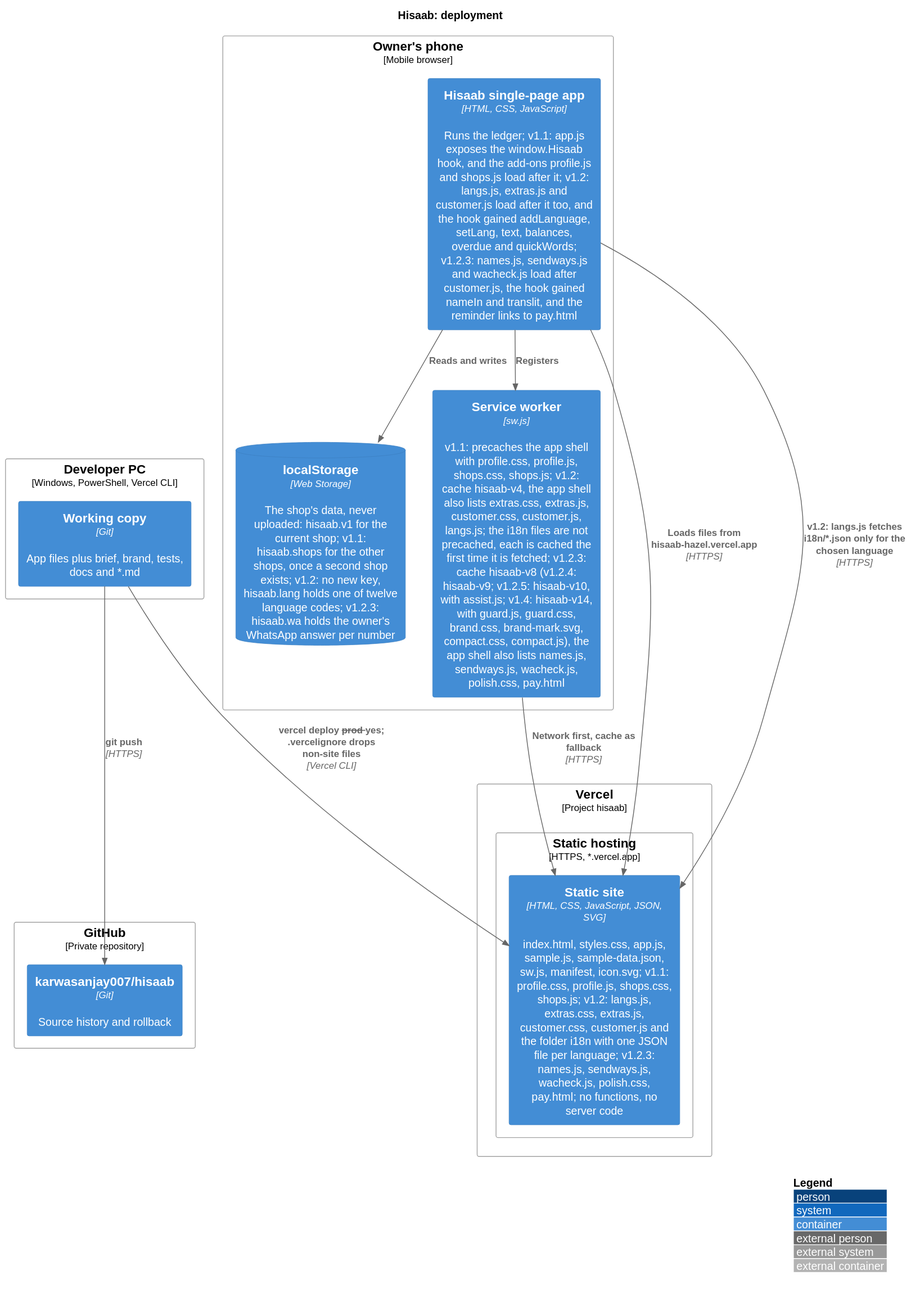
karwasanjay007/hisaab-docs keeps this PlantUML diagram as docs/diagrams/deployment.svg. Above is the earlier version.
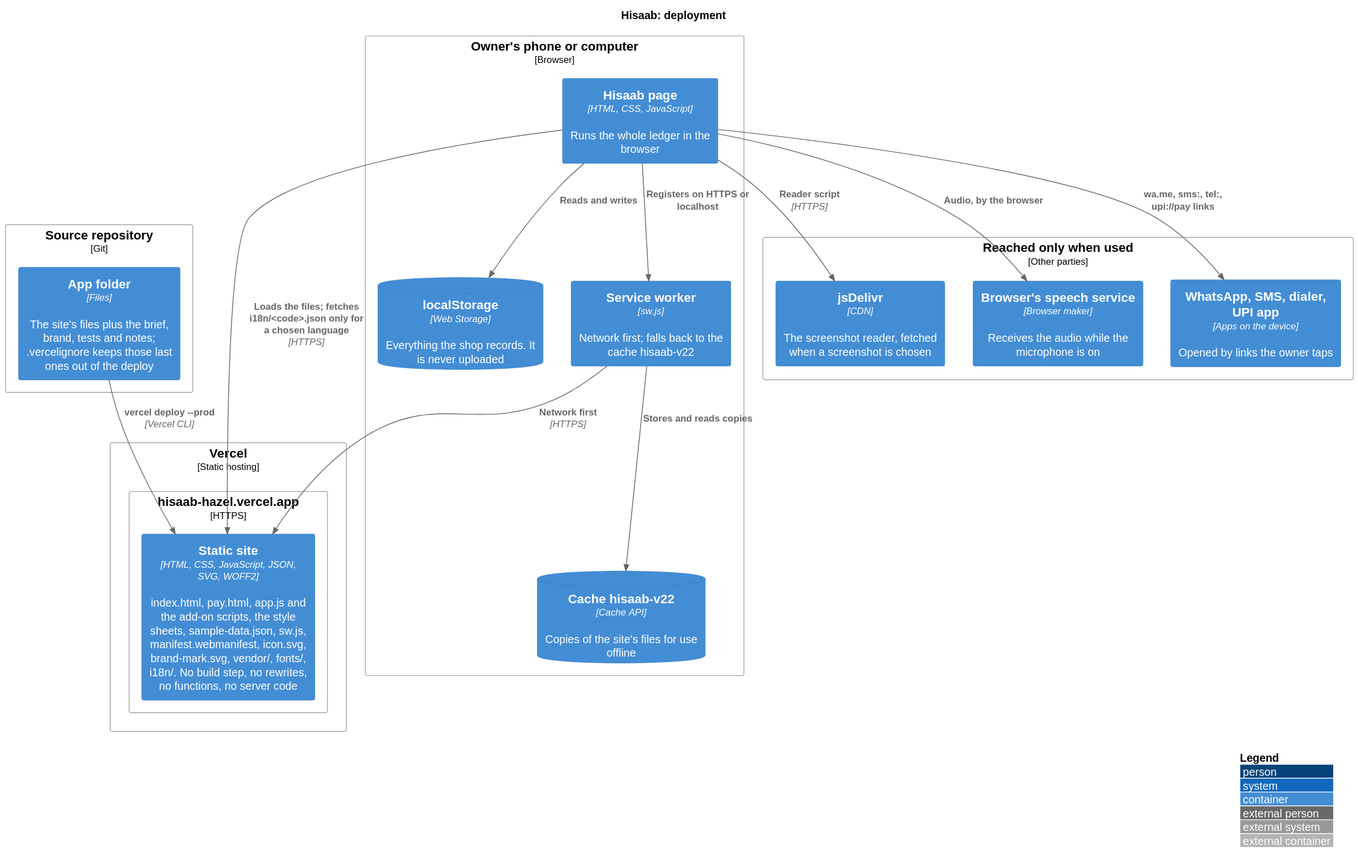
The same diagram one commit later.

What changed in the source:
```diff
@@ -2,30 +2,35 @@
 !include <C4/C4_Deployment>
 title Hisaab: deployment
 
-Deployment_Node(dev, "Developer PC", "Windows, PowerShell, Vercel CLI") {
-  Container(src, "Working copy", "Git", "App files plus brief, brand, tests, docs and *.md")
+Deployment_Node(repo, "Source repository", "Git") {
+  Container(src, "App folder", "Files", "The site's files plus the brief, brand, tests and notes; .vercelignore keeps those last ones out of the deploy")
 }
-Deployment_Node(gh, "GitHub", "Private repository") {
-  Container(repo, "karwasanjay007/hisaab", "Git", "Source history and rollback")
-}
-Deployment_Node(vc, "Vercel", "Project hisaab") {
-  Deployment_Node(edge, "Static hosting", "HTTPS, *.vercel.app") {
-    Container(site, "Static site", "HTML, CSS, JavaScript, JSON, SVG", "index.html, styles.css, app.js, sample.js, sample-data.json, sw.js, manifest, icon.svg; v1.1: profile.css, profile.js, shops.css, shops.js; v1.2: langs.js, extras.css, extras.js, customer.css, customer.js and the folder i18n with one JSON file per language; v1.2.3: names.js, sendways.js, wacheck.js, polish.css, pay.html; no functions, no server code")
+Deployment_Node(vc, "Vercel", "Static hosting") {
+  Deployment_Node(edge, "hisaab-hazel.vercel.app", "HTTPS") {
+    Container(site, "Static site", "HTML, CSS, JavaScript, JSON, SVG, WOFF2", "index.html, pay.html, app.js and the add-on scripts, the style sheets, sample-data.json, sw.js, manifest.webmanifest, icon.svg, brand-mark.svg, vendor/, fonts/, i18n/. No build step, no rewrites, no functions, no server code")
   }
 }
-Deployment_Node(phone, "Owner's phone", "Mobile browser") {
-  Container(app, "Hisaab single-page app", "HTML, CSS, JavaScript", "Runs the ledger; v1.1: app.js exposes the window.Hisaab hook, and the add-ons profile.js and shops.js load after it; v1.2: langs.js, extras.js and customer.js load after it too, and the hook gained addLanguage, setLang, text, balances, overdue and quickWords; v1.2.3: names.js, sendways.js and wacheck.js load after customer.js, the hook gained nameIn and translit, and the reminder links to pay.html")
-  ContainerDb(store, "localStorage", "Web Storage", "The shop's data, never uploaded: hisaab.v1 for the current shop; v1.1: hisaab.shops for the other shops, once a second shop exists; v1.2: no new key, hisaab.lang holds one of twelve language codes; v1.2.3: hisaab.wa holds the owner's WhatsApp answer per number")
-  Container(swk, "Service worker", "sw.js", "v1.1: precaches the app shell with profile.css, profile.js, shops.css, shops.js; v1.2: cache hisaab-v4, the app shell also lists extras.css, extras.js, customer.css, customer.js, langs.js; the i18n files are not precached, each is cached the first time it is fetched; v1.2.3: cache hisaab-v8 (v1.2.4: hisaab-v9; v1.2.5: hisaab-v10, with assist.js; v1.4: hisaab-v14, with guard.js, guard.css, brand.css, brand-mark.svg, compact.css, compact.js), the app shell also lists names.js, sendways.js, wacheck.js, polish.css, pay.html")
+Deployment_Node(device, "Owner's phone or computer", "Browser") {
+  Container(app, "Hisaab page", "HTML, CSS, JavaScript", "Runs the whole ledger in the browser")
+  ContainerDb(store, "localStorage", "Web Storage", "Everything the shop records. It is never uploaded")
+  Container(swk, "Service worker", "sw.js", "Network first; falls back to the cache hisaab-v22")
+  ContainerDb(cache, "Cache hisaab-v22", "Cache API", "Copies of the site's files for use offline")
+}
+Deployment_Node(out, "Reached only when used", "Other parties") {
+  Container(cdn, "jsDelivr", "CDN", "The screenshot reader, fetched when a screenshot is chosen")
+  Container(speech, "Browser's speech service", "Browser maker", "Receives the audio while the microphone is on")
+  Container(apps, "WhatsApp, SMS, dialer, UPI app", "Apps on the device", "Opened by links the owner taps")
 }
 
-Rel(src, repo, "git push", "HTTPS")
-Rel(src, site, "vercel deploy --prod --yes; .vercelignore drops non-site files", "Vercel CLI")
-Rel(app, site, "Loads files from hisaab-hazel.vercel.app", "HTTPS")
-Rel(app, site, "v1.2: langs.js fetches i18n/*.json only for the chosen language", "HTTPS")
+Rel(src, site, "vercel deploy --prod", "Vercel CLI")
+Rel(app, site, "Loads the files; fetches i18n/<code>.json only for a chosen language", "HTTPS")
 Rel(app, store, "Reads and writes")
-Rel(app, swk, "Registers")
-Rel(swk, site, "Network first, cache as fallback", "HTTPS")
+Rel(app, swk, "Registers on HTTPS or localhost")
+Rel(swk, site, "Network first", "HTTPS")
+Rel(swk, cache, "Stores and reads copies")
+Rel(app, cdn, "Reader script", "HTTPS")
+Rel(app, speech, "Audio, by the browser")
+Rel(app, apps, "wa.me, sms:, tel:, upi://pay links")
 
 LAYOUT_WITH_LEGEND()
 @enduml
```
